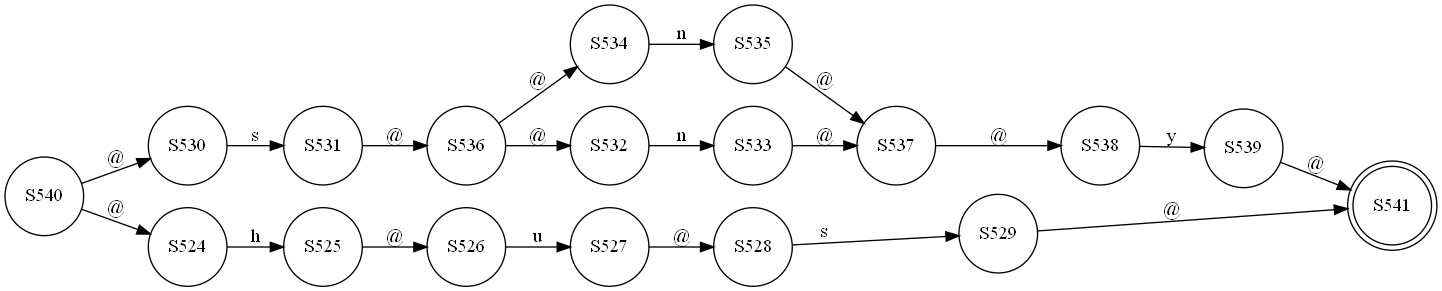
Above: finalCode/test-output/NFA.gv.png in abdelazizSalah/RegExp_NFA_DFA_DFAMinimization (Graphviz), before the change. Its source is kept beside it as finalCode/test-output/NFA.gv.
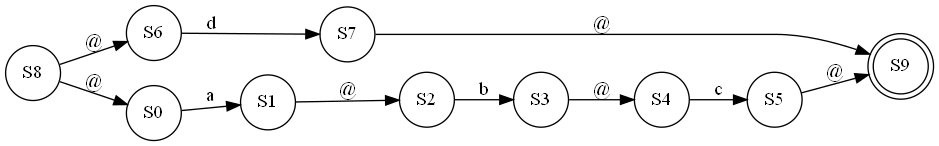
Later version of the same file.

Diff of the diagram source:
```diff
@@ -1,40 +1,23 @@
 digraph {
 	graph [rankdir=LR]
-	S530 [label=S530 shape=circle]
-	S530 -> S531 [label=s]
-	S531 [label=S531 shape=circle]
-	S531 -> S536 [label="@"]
-	S534 [label=S534 shape=circle]
-	S534 -> S535 [label=n]
-	S535 [label=S535 shape=circle]
-	S535 -> S537 [label="@"]
-	S532 [label=S532 shape=circle]
-	S532 -> S533 [label=n]
-	S533 [label=S533 shape=circle]
-	S533 -> S537 [label="@"]
-	S536 [label=S536 shape=circle]
-	S536 -> S534 [label="@"]
-	S536 -> S532 [label="@"]
-	S537 [label=S537 shape=circle]
-	S537 -> S538 [label="@"]
-	S538 [label=S538 shape=circle]
-	S538 -> S539 [label=y]
-	S539 [label=S539 shape=circle]
-	S539 -> S541 [label="@"]
-	S524 [label=S524 shape=circle]
-	S524 -> S525 [label=h]
-	S525 [label=S525 shape=circle]
-	S525 -> S526 [label="@"]
-	S526 [label=S526 shape=circle]
-	S526 -> S527 [label=u]
-	S527 [label=S527 shape=circle]
-	S527 -> S528 [label="@"]
-	S528 [label=S528 shape=circle]
-	S528 -> S529 [label=s]
-	S529 [label=S529 shape=circle]
-	S529 -> S541 [label="@"]
-	S540 [label=S540 shape=circle]
-	S540 -> S530 [label="@"]
-	S540 -> S524 [label="@"]
-	S541 [label=S541 shape=doublecircle]
+	S6 [label=S6 shape=circle]
+	S6 -> S7 [label=d]
+	S7 [label=S7 shape=circle]
+	S7 -> S9 [label="@"]
+	S0 [label=S0 shape=circle]
+	S0 -> S1 [label=a]
+	S1 [label=S1 shape=circle]
+	S1 -> S2 [label="@"]
+	S2 [label=S2 shape=circle]
+	S2 -> S3 [label=b]
+	S3 [label=S3 shape=circle]
+	S3 -> S4 [label="@"]
+	S4 [label=S4 shape=circle]
+	S4 -> S5 [label=c]
+	S5 [label=S5 shape=circle]
+	S5 -> S9 [label="@"]
+	S8 [label=S8 shape=circle]
+	S8 -> S6 [label="@"]
+	S8 -> S0 [label="@"]
+	S9 [label=S9 shape=doublecircle]
 }
```
